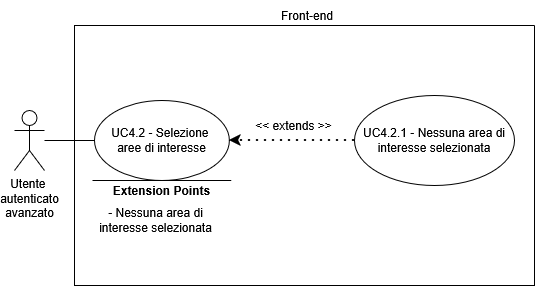
Above: assets/diagrams/UC4_2.png in SkarabGroup/DocumentazioneProgetto (draw.io), before the change. Source tidied: cells renumbered, new cells last; positions are measured from the earlier drawing's top-left corner, leaving out a move shared by most shapes. The source it was exported from:
```xml
<mxGraphModel>
  <root>
    <mxCell id="0" />
    <mxCell id="1" parent="0" />
    <mxCell id="2" value="&lt;div&gt;Utente&amp;nbsp;&lt;/div&gt;&lt;div&gt;autenticato&lt;/div&gt;&lt;div&gt;avanzato&lt;/div&gt;" style="shape=umlActor;verticalLabelPosition=bottom;verticalAlign=top;html=1;outlineConnect=0;" parent="1" vertex="1">
      <mxGeometry y="110" width="30" height="60" as="geometry" />
    </mxCell>
    <mxCell id="3" style="swimlane;startSize=0;" parent="1" vertex="1">
      <mxGeometry x="60" y="25" width="460" height="260" as="geometry" />
    </mxCell>
    <mxCell id="4" value="&lt;div&gt;UC4.2 - Selezione&amp;nbsp;&lt;/div&gt;&lt;div&gt;aree di interesse&lt;/div&gt;" style="ellipse;whiteSpace=wrap;html=1;" parent="3" vertex="1">
      <mxGeometry x="20" y="75" width="134.9" height="80" as="geometry" />
    </mxCell>
    <mxCell id="5" value="UC4.2.1 - Nessuna area di interesse selezionata" style="ellipse;whiteSpace=wrap;html=1;" parent="3" vertex="1">
      <mxGeometry x="280" y="70" width="160" height="90" as="geometry" />
    </mxCell>
    <mxCell id="6" style="endArrow=classic;dashed=1;html=1;dashPattern=1 3;strokeWidth=2;rounded=0;entryX=1;entryY=0.5;entryDx=0;entryDy=0;exitX=0;exitY=0.5;exitDx=0;exitDy=0;strokeColor=default;curved=0;endFill=1;endSize=6;" parent="3" edge="1" source="5" target="4">
      <mxGeometry relative="1" as="geometry" />
    </mxCell>
    <mxCell id="7" value="&lt;div&gt;&amp;lt;&amp;lt; extends &amp;gt;&amp;gt;&lt;/div&gt;" style="text;html=1;whiteSpace=wrap;strokeColor=none;fillColor=none;align=center;verticalAlign=middle;rounded=0;" parent="3" vertex="1">
      <mxGeometry x="171.9" y="85" width="95" height="30" as="geometry" />
    </mxCell>
    <mxCell id="8" style="endArrow=none;html=1;rounded=0;" parent="3" edge="1">
      <mxGeometry relative="1" as="geometry">
        <mxPoint x="156.8" y="155" as="sourcePoint" />
        <mxPoint x="18" y="155" as="targetPoint" />
      </mxGeometry>
    </mxCell>
    <mxCell id="9" value="&lt;b&gt;Extension Points&lt;/b&gt;" style="text;html=1;whiteSpace=wrap;strokeColor=none;fillColor=none;align=center;verticalAlign=middle;rounded=0;strokeWidth=5;" parent="3" vertex="1">
      <mxGeometry x="29.9" y="150" width="115" height="30" as="geometry" />
    </mxCell>
    <mxCell id="10" value="&lt;div align=&quot;center&quot;&gt;- Nessuna area di interesse selezionata&lt;/div&gt;" style="text;html=1;whiteSpace=wrap;strokeColor=none;fillColor=none;align=center;verticalAlign=middle;rounded=0;" parent="3" vertex="1">
      <mxGeometry x="7.9" y="155" width="147" height="80" as="geometry" />
    </mxCell>
    <mxCell id="11" style="endArrow=none;html=1;rounded=0;entryX=0;entryY=0.5;entryDx=0;entryDy=0;" parent="1" edge="1" source="2" target="4">
      <mxGeometry relative="1" as="geometry" />
    </mxCell>
    <mxCell id="12" value="Front-end" style="text;html=1;whiteSpace=wrap;strokeColor=none;fillColor=none;align=center;verticalAlign=middle;rounded=0;" parent="1" vertex="1">
      <mxGeometry x="262.5" width="60" height="30" as="geometry" />
    </mxCell>
  </root>
</mxGraphModel>
```
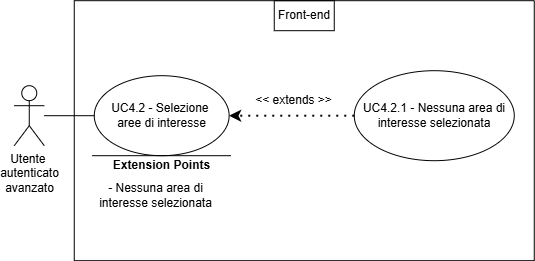
The same file after the commit.

What changed in the source:
```diff
@@ -5,38 +5,38 @@
     <mxCell id="2" value="&lt;div&gt;Utente&amp;nbsp;&lt;/div&gt;&lt;div&gt;autenticato&lt;/div&gt;&lt;div&gt;avanzato&lt;/div&gt;" style="shape=umlActor;verticalLabelPosition=bottom;verticalAlign=top;html=1;outlineConnect=0;" parent="1" vertex="1">
       <mxGeometry y="110" width="30" height="60" as="geometry" />
     </mxCell>
-    <mxCell id="3" style="swimlane;startSize=0;" parent="1" vertex="1">
-      <mxGeometry x="60" y="25" width="460" height="260" as="geometry" />
-    </mxCell>
+    <mxCell id="13" style="swimlane;startSize=0;" parent="1" vertex="1">
+      <mxGeometry x="60" y="25" width="460" height="260" as="geometry" />
+    </mxCell>
-    <mxCell id="4" value="&lt;div&gt;UC4.2 - Selezione&amp;nbsp;&lt;/div&gt;&lt;div&gt;aree di interesse&lt;/div&gt;" style="ellipse;whiteSpace=wrap;html=1;" parent="3" vertex="1">
+    <mxCell id="4" value="&lt;div&gt;UC4.2 - Selezione&amp;nbsp;&lt;/div&gt;&lt;div&gt;aree di interesse&lt;/div&gt;" style="ellipse;whiteSpace=wrap;html=1;" parent="13" vertex="1">
       <mxGeometry x="20" y="75" width="134.9" height="80" as="geometry" />
     </mxCell>
-    <mxCell id="5" value="UC4.2.1 - Nessuna area di interesse selezionata" style="ellipse;whiteSpace=wrap;html=1;" parent="3" vertex="1">
+    <mxCell id="5" value="UC4.2.1 - Nessuna area di interesse selezionata" style="ellipse;whiteSpace=wrap;html=1;" parent="13" vertex="1">
       <mxGeometry x="280" y="70" width="160" height="90" as="geometry" />
     </mxCell>
-    <mxCell id="6" style="endArrow=classic;dashed=1;html=1;dashPattern=1 3;strokeWidth=2;rounded=0;entryX=1;entryY=0.5;entryDx=0;entryDy=0;exitX=0;exitY=0.5;exitDx=0;exitDy=0;strokeColor=default;curved=0;endFill=1;endSize=6;" parent="3" edge="1" source="5" target="4">
+    <mxCell id="6" style="endArrow=classic;dashed=1;html=1;dashPattern=1 3;strokeWidth=2;rounded=0;entryX=1;entryY=0.5;entryDx=0;entryDy=0;exitX=0;exitY=0.5;exitDx=0;exitDy=0;strokeColor=default;curved=0;endFill=1;endSize=6;" parent="13" edge="1" source="5" target="4">
       <mxGeometry relative="1" as="geometry" />
     </mxCell>
-    <mxCell id="7" value="&lt;div&gt;&amp;lt;&amp;lt; extends &amp;gt;&amp;gt;&lt;/div&gt;" style="text;html=1;whiteSpace=wrap;strokeColor=none;fillColor=none;align=center;verticalAlign=middle;rounded=0;" parent="3" vertex="1">
+    <mxCell id="7" value="&lt;div&gt;&amp;lt;&amp;lt; extends &amp;gt;&amp;gt;&lt;/div&gt;" style="text;html=1;whiteSpace=wrap;strokeColor=none;fillColor=none;align=center;verticalAlign=middle;rounded=0;" parent="13" vertex="1">
       <mxGeometry x="171.9" y="85" width="95" height="30" as="geometry" />
     </mxCell>
-    <mxCell id="8" style="endArrow=none;html=1;rounded=0;" parent="3" edge="1">
-      <mxGeometry relative="1" as="geometry">
-        <mxPoint x="156.8" y="155" as="sourcePoint" />
-        <mxPoint x="18" y="155" as="targetPoint" />
-      </mxGeometry>
-    </mxCell>
+    <mxCell id="14" style="endArrow=none;html=1;rounded=0;" parent="13" edge="1">
+      <mxGeometry relative="1" as="geometry">
+        <mxPoint x="156.8" y="155" as="sourcePoint" />
+        <mxPoint x="18" y="155" as="targetPoint" />
+      </mxGeometry>
+    </mxCell>
-    <mxCell id="9" value="&lt;b&gt;Extension Points&lt;/b&gt;" style="text;html=1;whiteSpace=wrap;strokeColor=none;fillColor=none;align=center;verticalAlign=middle;rounded=0;strokeWidth=5;" parent="3" vertex="1">
+    <mxCell id="9" value="&lt;b&gt;Extension Points&lt;/b&gt;" style="text;html=1;whiteSpace=wrap;strokeColor=none;fillColor=none;align=center;verticalAlign=middle;rounded=0;strokeWidth=5;" parent="13" vertex="1">
       <mxGeometry x="29.9" y="150" width="115" height="30" as="geometry" />
     </mxCell>
-    <mxCell id="10" value="&lt;div align=&quot;center&quot;&gt;- Nessuna area di interesse selezionata&lt;/div&gt;" style="text;html=1;whiteSpace=wrap;strokeColor=none;fillColor=none;align=center;verticalAlign=middle;rounded=0;" parent="3" vertex="1">
+    <mxCell id="10" value="&lt;div align=&quot;center&quot;&gt;- Nessuna area di interesse selezionata&lt;/div&gt;" style="text;html=1;whiteSpace=wrap;strokeColor=none;fillColor=none;align=center;verticalAlign=middle;rounded=0;" parent="13" vertex="1">
       <mxGeometry x="7.9" y="155" width="147" height="80" as="geometry" />
     </mxCell>
+    <mxCell id="12" value="Front-end" style="text;html=1;whiteSpace=wrap;strokeColor=default;fillColor=none;align=center;verticalAlign=middle;rounded=0;perimeterSpacing=1;" parent="13" vertex="1">
+      <mxGeometry x="200" width="60" height="30" as="geometry" />
+    </mxCell>
     <mxCell id="11" style="endArrow=none;html=1;rounded=0;entryX=0;entryY=0.5;entryDx=0;entryDy=0;" parent="1" edge="1" source="2" target="4">
       <mxGeometry relative="1" as="geometry" />
     </mxCell>
-    <mxCell id="12" value="Front-end" style="text;html=1;whiteSpace=wrap;strokeColor=none;fillColor=none;align=center;verticalAlign=middle;rounded=0;" parent="1" vertex="1">
-      <mxGeometry x="262.5" width="60" height="30" as="geometry" />
-    </mxCell>
   </root>
 </mxGraphModel>
```
